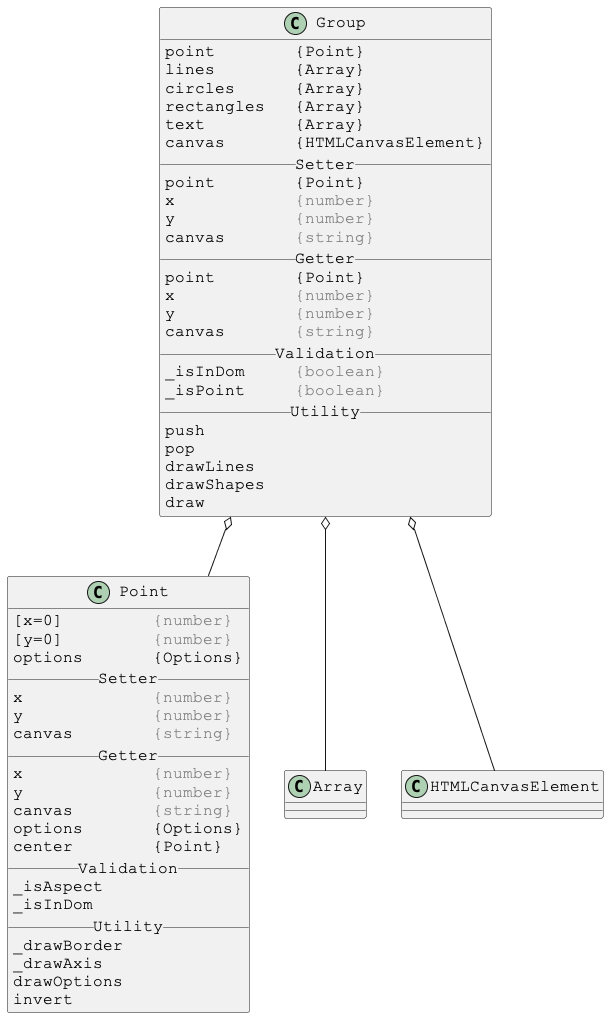
Before: docs/PlantUml/images/linked/Group-linked.png, a diagram exported from PlantUML (Justin-Byrne/canvasLab).
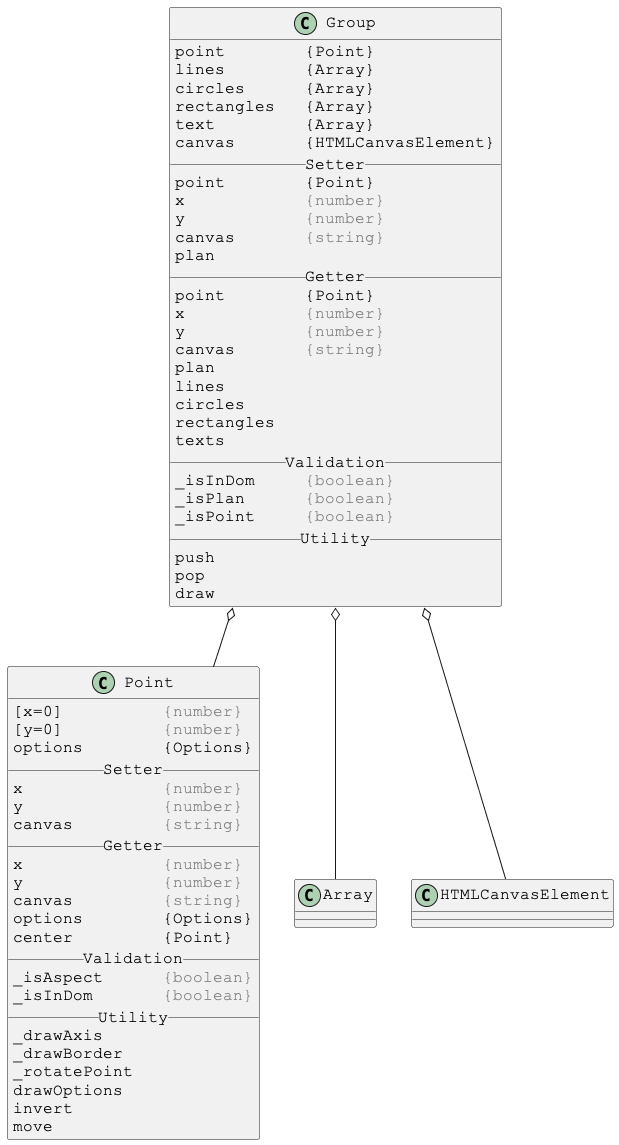
After the change.

What changed in the source:
```diff
@@ -15,19 +15,24 @@
 x            <color:gray>{number}</color>
 y            <color:gray>{number}</color>
 canvas       <color:gray>{string}</color>
+plan
 __ Getter __
 point        {Point}
 x            <color:gray>{number}</color>
 y            <color:gray>{number}</color>
 canvas       <color:gray>{string}</color>
+plan
+lines
+circles
+rectangles
+texts
 __ Validation __
 _isInDom     <color:gray>{boolean}</color>
+_isPlan      <color:gray>{boolean}</color>
 _isPoint     <color:gray>{boolean}</color>
 __ Utility __
 push
 pop
-drawLines
-drawShapes
 draw
 }
 
@@ -41,27 +46,29 @@
 skinparam DefaultFontName Courier New
 
 class Point {
-[x=0]         <color:gray>{number}</color>
-[y=0]         <color:gray>{number}</color>
-options       {Options}
+[x=0]          <color:gray>{number}</color>
+[y=0]          <color:gray>{number}</color>
+options        {Options}
 __ Setter __
-x             <color:gray>{number}</color>
-y             <color:gray>{number}</color>
-canvas        <color:gray>{string}</color>
+x              <color:gray>{number}</color>
+y              <color:gray>{number}</color>
+canvas         <color:gray>{string}</color>
 __ Getter __
-x             <color:gray>{number}</color>
-y             <color:gray>{number}</color>
-canvas        <color:gray>{string}</color>
-options       {Options}
-center        {Point}
+x              <color:gray>{number}</color>
+y              <color:gray>{number}</color>
+canvas         <color:gray>{string}</color>
+options        {Options}
+center         {Point}
 __ Validation __
-_isAspect
-_isInDom
+_isAspect      <color:gray>{boolean}</color>
+_isInDom       <color:gray>{boolean}</color>
 __ Utility __
+_drawAxis
 _drawBorder
-_drawAxis
+_rotatePoint
 drawOptions
 invert
+move
 }
 
 @enduml
```
